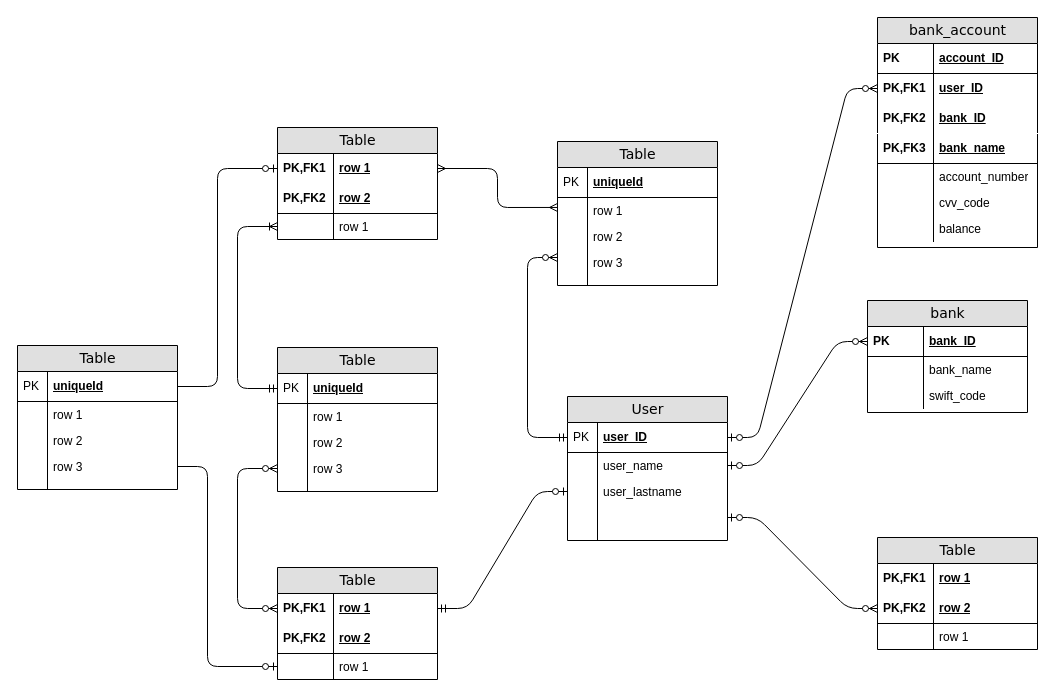
cibusse/diagrams keeps this draw.io diagram as Untitled Diagram.drawio. Above is the earlier version. Source tidied: cells renumbered, new cells numbered last; positions are measured from the earlier drawing's top-left corner, leaving out a move shared by most shapes. Both pictures are drawn from the tidied source at 100%, with x=0, y=0 at pixel (17, 17).
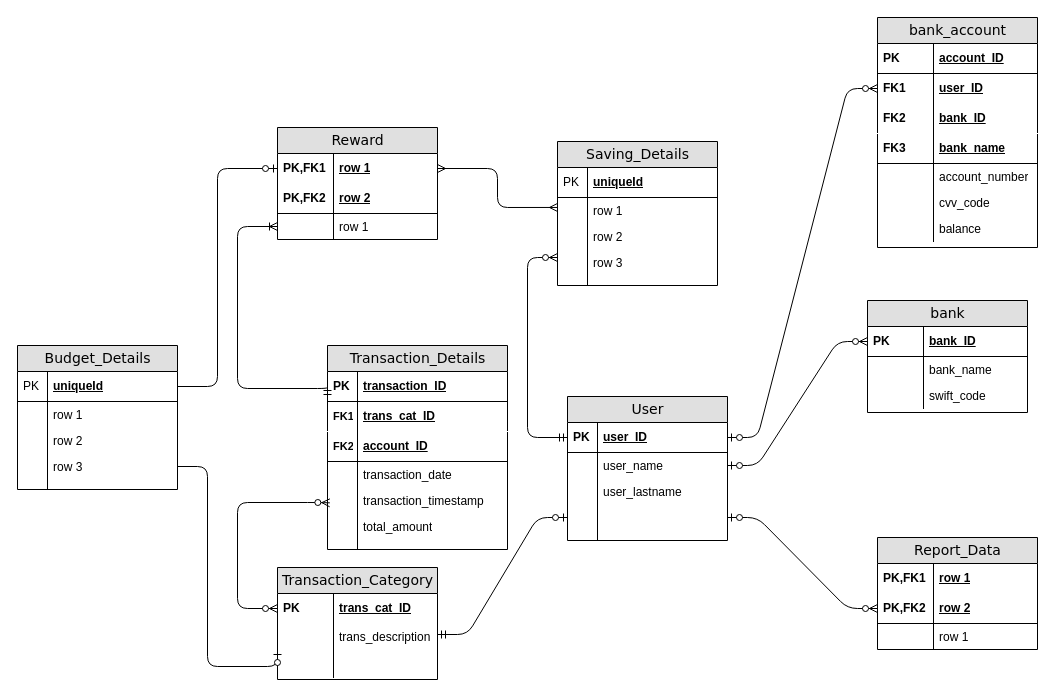
After the change.

Unchanged cells that the change refers to:
```xml
<mxCell id="32" value="user_ID" style="shape=partialRectangle;top=0;left=0;right=0;bottom=1;html=1;align=left;verticalAlign=middle;fillColor=none;spacingLeft=34;spacingRight=4;whiteSpace=wrap;overflow=hidden;points=[[0,0.5],[1,0.5]];portConstraint=eastwest;fontStyle=5;" parent="31" vertex="1">
  <mxGeometry y="26" width="160" height="30" as="geometry" />
</mxCell>
<mxCell id="36" value="user_lastname" style="shape=partialRectangle;top=0;left=0;right=0;bottom=0;html=1;align=left;verticalAlign=top;fillColor=none;spacingLeft=34;spacingRight=4;whiteSpace=wrap;overflow=hidden;points=[[0,0.5],[1,0.5]];portConstraint=eastwest;" parent="31" vertex="1">
  <mxGeometry y="82" width="160" height="26" as="geometry" />
</mxCell>
<mxCell id="45" value="user_ID" style="shape=partialRectangle;top=0;left=0;right=0;bottom=0;html=1;align=left;verticalAlign=middle;fillColor=none;spacingLeft=60;spacingRight=4;whiteSpace=wrap;overflow=hidden;points=[[0,0.5],[1,0.5]];portConstraint=eastwest;fontStyle=5;" parent="42" vertex="1">
  <mxGeometry y="56" width="160" height="30" as="geometry" />
</mxCell>
<mxCell id="47" value="bank_ID" style="shape=partialRectangle;top=0;left=0;right=0;bottom=1;html=1;align=left;verticalAlign=middle;fillColor=none;spacingLeft=60;spacingRight=4;whiteSpace=wrap;overflow=hidden;fontStyle=5;strokeColor=#FFFFFF;" parent="42" vertex="1">
  <mxGeometry y="86" width="160" height="30" as="geometry" />
</mxCell>
<mxCell id="49" value="bank_name" style="shape=partialRectangle;top=0;left=0;right=0;bottom=1;html=1;align=left;verticalAlign=middle;fillColor=none;spacingLeft=60;spacingRight=4;whiteSpace=wrap;overflow=hidden;fontStyle=5;" parent="42" vertex="1">
  <mxGeometry y="116" width="160" height="30" as="geometry" />
</mxCell>
```

Diff of the diagram source:
```diff
@@
-    <mxCell id="2" value="Table" style="swimlane;html=1;fontStyle=0;horizontal=1;startSize=26;fillColor=#e0e0e0;swimlaneFillColor=#ffffff;align=center;rounded=0;shadow=0;comic=0;labelBackgroundColor=none;strokeWidth=1;fontFamily=Verdana;fontSize=14;" parent="1" vertex="1">
+    <mxCell id="2" value="Reward" style="swimlane;html=1;fontStyle=0;horizontal=1;startSize=26;fillColor=#e0e0e0;swimlaneFillColor=#ffffff;align=center;rounded=0;shadow=0;comic=0;labelBackgroundColor=none;strokeWidth=1;fontFamily=Verdana;fontSize=14;" parent="1" vertex="1">
       <mxGeometry x="260" y="110" width="160" height="112" as="geometry" />
     </mxCell>
@@
-    <mxCell id="9" value="Table" style="swimlane;html=1;fontStyle=0;horizontal=1;startSize=26;fillColor=#e0e0e0;swimlaneFillColor=#ffffff;align=center;rounded=0;shadow=0;comic=0;labelBackgroundColor=none;strokeWidth=1;fontFamily=Verdana;fontSize=14;swimlaneLine=1;" parent="1" vertex="1">
+    <mxCell id="9" value="Saving_Details" style="swimlane;html=1;fontStyle=0;horizontal=1;startSize=26;fillColor=#e0e0e0;swimlaneFillColor=#ffffff;align=center;rounded=0;shadow=0;comic=0;labelBackgroundColor=none;strokeWidth=1;fontFamily=Verdana;fontSize=14;swimlaneLine=1;" parent="1" vertex="1">
       <mxGeometry x="540" y="124" width="160" height="144" as="geometry" />
     </mxCell>
@@
-    <mxCell id="20" value="Table" style="swimlane;html=1;fontStyle=0;horizontal=1;startSize=26;fillColor=#e0e0e0;swimlaneFillColor=#ffffff;align=center;rounded=0;shadow=0;comic=0;labelBackgroundColor=none;strokeWidth=1;fontFamily=Verdana;fontSize=14;" parent="1" vertex="1">
-      <mxGeometry x="260" y="330" width="160" height="144" as="geometry" />
+    <mxCell id="20" value="Transaction_Details" style="swimlane;html=1;fontStyle=0;horizontal=1;startSize=26;fillColor=#e0e0e0;swimlaneFillColor=#ffffff;align=center;rounded=0;shadow=0;comic=0;labelBackgroundColor=none;strokeWidth=1;fontFamily=Verdana;fontSize=14;" parent="1" vertex="1">
+      <mxGeometry x="310" y="328" width="180" height="204" as="geometry" />
     </mxCell>
-    <mxCell id="21" value="uniqueId" style="shape=partialRectangle;top=0;left=0;right=0;bottom=1;html=1;align=left;verticalAlign=middle;fillColor=none;spacingLeft=34;spacingRight=4;whiteSpace=wrap;overflow=hidden;points=[[0,0.5],[1,0.5]];portConstraint=eastwest;fontStyle=5;" parent="20" vertex="1">
-      <mxGeometry y="26" width="160" height="30" as="geometry" />
+    <mxCell id="21" value="transaction_ID" style="shape=partialRectangle;top=0;left=0;right=0;bottom=1;html=1;align=left;verticalAlign=middle;fillColor=none;spacingLeft=34;spacingRight=4;whiteSpace=wrap;overflow=hidden;points=[[0,0.5],[1,0.5]];portConstraint=eastwest;fontStyle=5;" parent="20" vertex="1">
+      <mxGeometry y="26" width="180" height="30" as="geometry" />
     </mxCell>
-    <mxCell id="22" value="PK" style="shape=partialRectangle;top=0;left=0;bottom=0;html=1;fillColor=none;align=left;verticalAlign=middle;spacingLeft=4;spacingRight=4;whiteSpace=wrap;overflow=hidden;" parent="21" vertex="1">
+    <mxCell id="22" value="&lt;b&gt;PK&lt;/b&gt;" style="shape=partialRectangle;top=0;left=0;bottom=0;html=1;fillColor=none;align=left;verticalAlign=middle;spacingLeft=4;spacingRight=4;whiteSpace=wrap;overflow=hidden;" parent="21" vertex="1">
       <mxGeometry width="30" height="30" as="geometry" />
     </mxCell>
+    <mxCell id="99" value="trans_cat_ID" style="shape=partialRectangle;top=0;left=0;right=0;bottom=1;html=1;align=left;verticalAlign=middle;fillColor=none;spacingLeft=34;spacingRight=4;whiteSpace=wrap;overflow=hidden;fontStyle=5;strokeColor=#FFFFFF;" parent="20" vertex="1">
+      <mxGeometry y="56" width="180" height="30" as="geometry" />
+    </mxCell>
+    <mxCell id="100" value="&lt;b&gt;&lt;font style=&quot;font-size: 11px;&quot;&gt;FK1&lt;/font&gt;&lt;/b&gt;" style="shape=partialRectangle;top=0;left=0;bottom=0;html=1;fillColor=none;align=left;verticalAlign=middle;spacingLeft=4;spacingRight=4;whiteSpace=wrap;overflow=hidden;" parent="99" vertex="1">
+      <mxGeometry width="30" height="30" as="geometry" />
+    </mxCell>
+    <mxCell id="101" value="account_ID" style="shape=partialRectangle;top=0;left=0;right=0;bottom=1;html=1;align=left;verticalAlign=middle;fillColor=none;spacingLeft=34;spacingRight=4;whiteSpace=wrap;overflow=hidden;fontStyle=5;" parent="20" vertex="1">
+      <mxGeometry y="86" width="180" height="30" as="geometry" />
+    </mxCell>
+    <mxCell id="102" value="&lt;b&gt;&lt;font style=&quot;font-size: 11px;&quot;&gt;FK2&lt;/font&gt;&lt;/b&gt;" style="shape=partialRectangle;top=0;left=0;bottom=0;html=1;fillColor=none;align=left;verticalAlign=middle;spacingLeft=4;spacingRight=4;whiteSpace=wrap;overflow=hidden;" parent="101" vertex="1">
+      <mxGeometry width="30" height="30" as="geometry" />
+    </mxCell>
-    <mxCell id="23" value="row 1" style="shape=partialRectangle;top=0;left=0;right=0;bottom=0;html=1;align=left;verticalAlign=top;fillColor=none;spacingLeft=34;spacingRight=4;whiteSpace=wrap;overflow=hidden;" parent="20" vertex="1">
-      <mxGeometry y="56" width="160" height="26" as="geometry" />
+    <mxCell id="23" value="transaction_date" style="shape=partialRectangle;top=0;left=0;right=0;bottom=0;html=1;align=left;verticalAlign=top;fillColor=none;spacingLeft=34;spacingRight=4;whiteSpace=wrap;overflow=hidden;" parent="20" vertex="1">
+      <mxGeometry y="116" width="180" height="26" as="geometry" />
     </mxCell>
@@
-    <mxCell id="25" value="row 2" style="shape=partialRectangle;top=0;left=0;right=0;bottom=0;html=1;align=left;verticalAlign=top;fillColor=none;spacingLeft=34;spacingRight=4;whiteSpace=wrap;overflow=hidden;points=[[0,0.5],[1,0.5]];portConstraint=eastwest;" parent="20" vertex="1">
-      <mxGeometry y="82" width="160" height="26" as="geometry" />
+    <mxCell id="25" value="transaction_timestamp" style="shape=partialRectangle;top=0;left=0;right=0;bottom=0;html=1;align=left;verticalAlign=top;fillColor=none;spacingLeft=34;spacingRight=4;whiteSpace=wrap;overflow=hidden;points=[[0,0.5],[1,0.5]];portConstraint=eastwest;" parent="20" vertex="1">
+      <mxGeometry y="142" width="180" height="26" as="geometry" />
     </mxCell>
@@
-    <mxCell id="27" value="row 3" style="shape=partialRectangle;top=0;left=0;right=0;bottom=0;html=1;align=left;verticalAlign=top;fillColor=none;spacingLeft=34;spacingRight=4;whiteSpace=wrap;overflow=hidden;points=[[0,0.5],[1,0.5]];portConstraint=eastwest;" parent="20" vertex="1">
-      <mxGeometry y="108" width="160" height="26" as="geometry" />
+    <mxCell id="27" value="total_amount" style="shape=partialRectangle;top=0;left=0;right=0;bottom=0;html=1;align=left;verticalAlign=top;fillColor=none;spacingLeft=34;spacingRight=4;whiteSpace=wrap;overflow=hidden;points=[[0,0.5],[1,0.5]];portConstraint=eastwest;" parent="20" vertex="1">
+      <mxGeometry y="168" width="180" height="26" as="geometry" />
     </mxCell>
@@
     <mxCell id="29" style="shape=partialRectangle;top=0;left=0;right=0;bottom=0;html=1;align=left;verticalAlign=top;fillColor=none;spacingLeft=34;spacingRight=4;whiteSpace=wrap;overflow=hidden;" parent="20" vertex="1">
-      <mxGeometry y="134" width="160" height="10" as="geometry" />
+      <mxGeometry y="194" width="180" height="10" as="geometry" />
     </mxCell>
@@
-    <mxCell id="33" value="PK" style="shape=partialRectangle;top=0;left=0;bottom=0;html=1;fillColor=none;align=left;verticalAlign=middle;spacingLeft=4;spacingRight=4;whiteSpace=wrap;overflow=hidden;" parent="32" vertex="1">
+    <mxCell id="33" value="&lt;b&gt;PK&lt;/b&gt;" style="shape=partialRectangle;top=0;left=0;bottom=0;html=1;fillColor=none;align=left;verticalAlign=middle;spacingLeft=4;spacingRight=4;whiteSpace=wrap;overflow=hidden;" parent="32" vertex="1">
       <mxGeometry width="30" height="30" as="geometry" />
     </mxCell>
@@
-    <mxCell id="46" value="PK,FK1" style="shape=partialRectangle;fontStyle=1;top=0;left=0;bottom=0;html=1;fillColor=none;align=left;verticalAlign=middle;spacingLeft=4;spacingRight=4;whiteSpace=wrap;overflow=hidden;" parent="45" vertex="1">
+    <mxCell id="46" value="FK1" style="shape=partialRectangle;fontStyle=1;top=0;left=0;bottom=0;html=1;fillColor=none;align=left;verticalAlign=middle;spacingLeft=4;spacingRight=4;whiteSpace=wrap;overflow=hidden;" parent="45" vertex="1">
       <mxGeometry width="56" height="30" as="geometry" />
     </mxCell>
@@
-    <mxCell id="48" value="PK,FK2" style="shape=partialRectangle;fontStyle=1;top=0;left=0;bottom=0;html=1;fillColor=none;align=left;verticalAlign=middle;spacingLeft=4;spacingRight=4;whiteSpace=wrap;overflow=hidden;" parent="47" vertex="1">
+    <mxCell id="48" value="FK2" style="shape=partialRectangle;fontStyle=1;top=0;left=0;bottom=0;html=1;fillColor=none;align=left;verticalAlign=middle;spacingLeft=4;spacingRight=4;whiteSpace=wrap;overflow=hidden;" parent="47" vertex="1">
       <mxGeometry width="56" height="30" as="geometry" />
     </mxCell>
@@
-    <mxCell id="50" value="PK,FK3" style="shape=partialRectangle;fontStyle=1;top=0;left=0;bottom=0;html=1;fillColor=none;align=left;verticalAlign=middle;spacingLeft=4;spacingRight=4;whiteSpace=wrap;overflow=hidden;" parent="49" vertex="1">
+    <mxCell id="50" value="FK3" style="shape=partialRectangle;fontStyle=1;top=0;left=0;bottom=0;html=1;fillColor=none;align=left;verticalAlign=middle;spacingLeft=4;spacingRight=4;whiteSpace=wrap;overflow=hidden;" parent="49" vertex="1">
       <mxGeometry width="56" height="30" as="geometry" />
     </mxCell>
@@
-    <mxCell id="57" value="Table" style="swimlane;html=1;fontStyle=0;horizontal=1;startSize=26;fillColor=#e0e0e0;swimlaneFillColor=#ffffff;align=center;rounded=0;shadow=0;comic=0;labelBackgroundColor=none;strokeWidth=1;fontFamily=Verdana;fontSize=14;" parent="1" vertex="1">
+    <mxCell id="57" value="Transaction_Category" style="swimlane;html=1;fontStyle=0;horizontal=1;startSize=26;fillColor=#e0e0e0;swimlaneFillColor=#ffffff;align=center;rounded=0;shadow=0;comic=0;labelBackgroundColor=none;strokeWidth=1;fontFamily=Verdana;fontSize=14;strokeColor=#000000;" parent="1" vertex="1">
       <mxGeometry x="260" y="550" width="160" height="112" as="geometry" />
     </mxCell>
-    <mxCell id="58" value="row 1" style="shape=partialRectangle;top=0;left=0;right=0;bottom=0;html=1;align=left;verticalAlign=middle;fillColor=none;spacingLeft=60;spacingRight=4;whiteSpace=wrap;overflow=hidden;points=[[0,0.5],[1,0.5]];portConstraint=eastwest;fontStyle=5;" parent="57" vertex="1">
+    <mxCell id="58" value="trans_cat_ID" style="shape=partialRectangle;top=0;left=0;right=0;bottom=0;html=1;align=left;verticalAlign=middle;fillColor=none;spacingLeft=60;spacingRight=4;whiteSpace=wrap;overflow=hidden;points=[[0,0.5],[1,0.5]];portConstraint=eastwest;fontStyle=5;strokeColor=#000000;shadow=0;" parent="57" vertex="1">
       <mxGeometry y="26" width="160" height="30" as="geometry" />
     </mxCell>
-    <mxCell id="59" value="PK,FK1" style="shape=partialRectangle;fontStyle=1;top=0;left=0;bottom=0;html=1;fillColor=none;align=left;verticalAlign=middle;spacingLeft=4;spacingRight=4;whiteSpace=wrap;overflow=hidden;" parent="58" vertex="1">
+    <mxCell id="59" value="PK" style="shape=partialRectangle;fontStyle=1;top=0;left=0;bottom=0;html=1;fillColor=none;align=left;verticalAlign=middle;spacingLeft=4;spacingRight=4;whiteSpace=wrap;overflow=hidden;" parent="58" vertex="1">
       <mxGeometry width="56" height="30" as="geometry" />
     </mxCell>
-    <mxCell id="60" value="row 2" style="shape=partialRectangle;top=0;left=0;right=0;bottom=1;html=1;align=left;verticalAlign=middle;fillColor=none;spacingLeft=60;spacingRight=4;whiteSpace=wrap;overflow=hidden;fontStyle=5;" parent="57" vertex="1">
-      <mxGeometry y="56" width="160" height="30" as="geometry" />
-    </mxCell>
-    <mxCell id="61" value="PK,FK2" style="shape=partialRectangle;fontStyle=1;top=0;left=0;bottom=0;html=1;fillColor=none;align=left;verticalAlign=middle;spacingLeft=4;spacingRight=4;whiteSpace=wrap;overflow=hidden;" parent="60" vertex="1">
-      <mxGeometry width="56" height="30" as="geometry" />
-    </mxCell>
-    <mxCell id="62" value="row 1" style="shape=partialRectangle;top=0;left=0;right=0;bottom=0;html=1;align=left;verticalAlign=top;fillColor=none;spacingLeft=60;spacingRight=4;whiteSpace=wrap;overflow=hidden;points=[[0,0.5],[1,0.5]];portConstraint=eastwest;" parent="57" vertex="1">
-      <mxGeometry y="86" width="160" height="26" as="geometry" />
+    <mxCell id="62" value="trans_description" style="shape=partialRectangle;top=0;left=0;right=0;bottom=0;html=1;align=left;verticalAlign=top;fillColor=none;spacingLeft=60;spacingRight=4;whiteSpace=wrap;overflow=hidden;points=[[0,0.5],[1,0.5]];portConstraint=eastwest;strokeColor=#000000;" parent="57" vertex="1">
+      <mxGeometry y="56" width="160" height="54" as="geometry" />
     </mxCell>
     <mxCell id="63" style="shape=partialRectangle;top=0;left=0;bottom=0;html=1;fillColor=none;align=left;verticalAlign=top;spacingLeft=4;spacingRight=4;whiteSpace=wrap;overflow=hidden;" parent="62" vertex="1">
-      <mxGeometry width="56" height="26" as="geometry" />
+      <mxGeometry width="56" height="54" as="geometry" />
     </mxCell>
@@
-    <mxCell id="65" style="edgeStyle=orthogonalEdgeStyle;html=1;endArrow=ERzeroToMany;endFill=1;startArrow=ERzeroToMany;labelBackgroundColor=none;fontFamily=Verdana;fontSize=14;entryX=0;entryY=0.5;exitX=0;exitY=0.5;" parent="1" edge="1" source="58" target="27">
+    <mxCell id="65" style="edgeStyle=orthogonalEdgeStyle;html=1;endArrow=ERzeroToMany;endFill=1;startArrow=ERzeroToMany;labelBackgroundColor=none;fontFamily=Verdana;fontSize=14;entryX=0.013;entryY=0.59;exitX=0;exitY=0.5;entryDx=0;entryDy=0;entryPerimeter=0;" parent="1" edge="1" source="58" target="25">
       <mxGeometry relative="1" as="geometry">
         <Array as="points">
           <mxPoint x="220" y="591" />
-          <mxPoint x="220" y="451" />
+          <mxPoint x="220" y="485" />
+          <mxPoint x="300" y="485" />
         </Array>
       </mxGeometry>
     </mxCell>
@@
-    <mxCell id="68" style="edgeStyle=entityRelationEdgeStyle;html=1;endArrow=ERzeroToOne;startArrow=ERmandOne;labelBackgroundColor=none;fontFamily=Verdana;fontSize=14;exitX=1;exitY=0.5;entryX=0;entryY=0.5;" parent="1" edge="1" source="58" target="36">
-      <mxGeometry relative="1" as="geometry" />
+    <mxCell id="68" style="edgeStyle=entityRelationEdgeStyle;html=1;endArrow=ERzeroToOne;startArrow=ERmandOne;labelBackgroundColor=none;fontFamily=Verdana;fontSize=14;exitX=1;exitY=0.5;entryX=0;entryY=0.5;" parent="1" edge="1">
+      <mxGeometry relative="1" as="geometry">
+        <mxPoint x="420" y="617" as="sourcePoint" />
+        <mxPoint x="550" y="500" as="targetPoint" />
+      </mxGeometry>
     </mxCell>
@@
-    <mxCell id="77" value="Table" style="swimlane;html=1;fontStyle=0;horizontal=1;startSize=26;fillColor=#e0e0e0;swimlaneFillColor=#ffffff;align=center;rounded=0;shadow=0;comic=0;labelBackgroundColor=none;strokeWidth=1;fontFamily=Verdana;fontSize=14;" parent="1" vertex="1">
+    <mxCell id="77" value="Report_Data" style="swimlane;html=1;fontStyle=0;horizontal=1;startSize=26;fillColor=#e0e0e0;swimlaneFillColor=#ffffff;align=center;rounded=0;shadow=0;comic=0;labelBackgroundColor=none;strokeWidth=1;fontFamily=Verdana;fontSize=14;" parent="1" vertex="1">
       <mxGeometry x="860" y="520" width="160" height="112" as="geometry" />
     </mxCell>
@@
-    <mxCell id="86" value="Table" style="swimlane;html=1;fontStyle=0;horizontal=1;startSize=26;fillColor=#e0e0e0;swimlaneFillColor=#ffffff;align=center;rounded=0;shadow=0;comic=0;labelBackgroundColor=none;strokeWidth=1;fontFamily=Verdana;fontSize=14;" parent="1" vertex="1">
+    <mxCell id="86" value="Budget_Details" style="swimlane;html=1;fontStyle=0;horizontal=1;startSize=26;fillColor=#e0e0e0;swimlaneFillColor=#ffffff;align=center;rounded=0;shadow=0;comic=0;labelBackgroundColor=none;strokeWidth=1;fontFamily=Verdana;fontSize=14;" parent="1" vertex="1">
       <mxGeometry y="328" width="160" height="144" as="geometry" />
     </mxCell>
```
